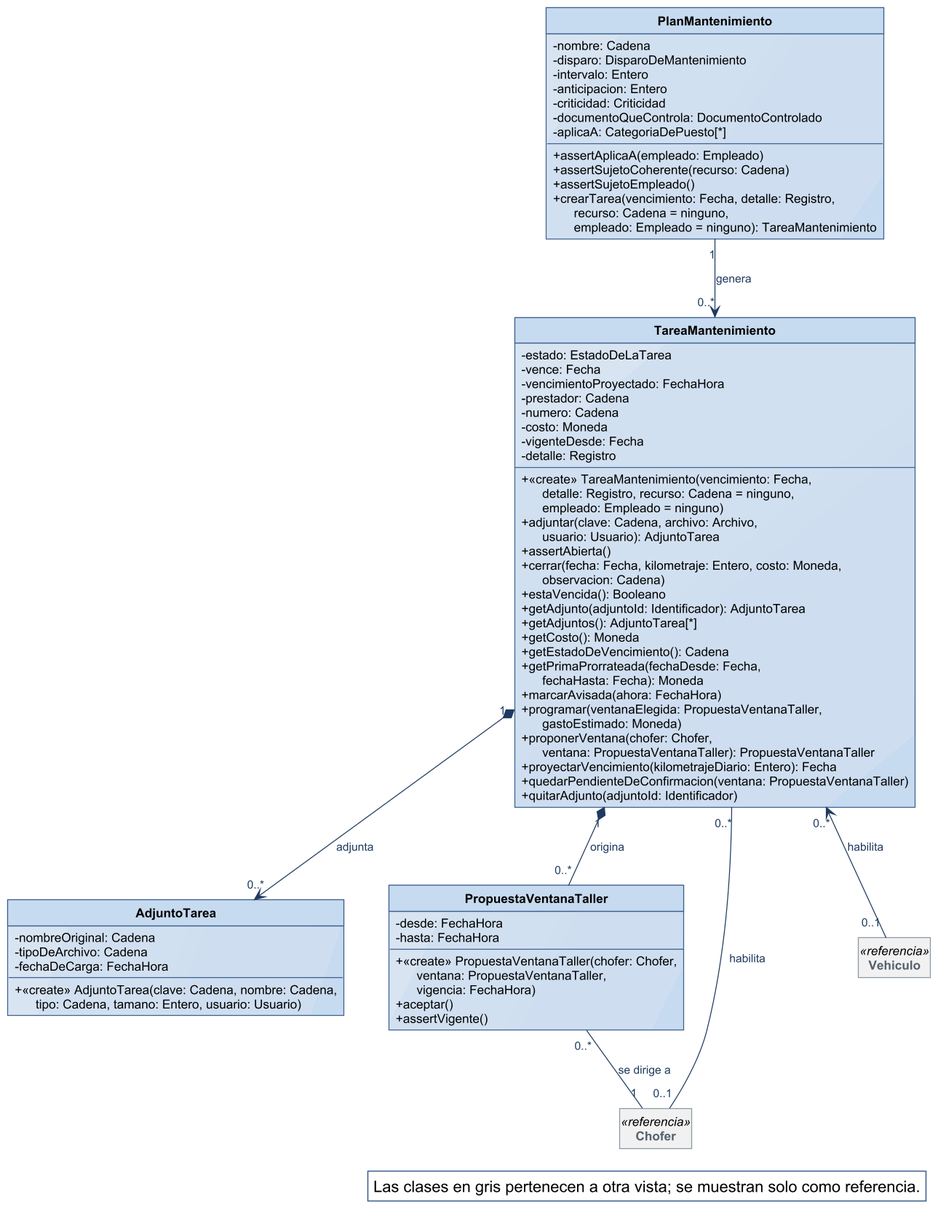
Before: diagramas/clases-diseno/DC_Mantenimiento.png, a diagram exported from PlantUML (Nahuelito-Dev/splg-docs).
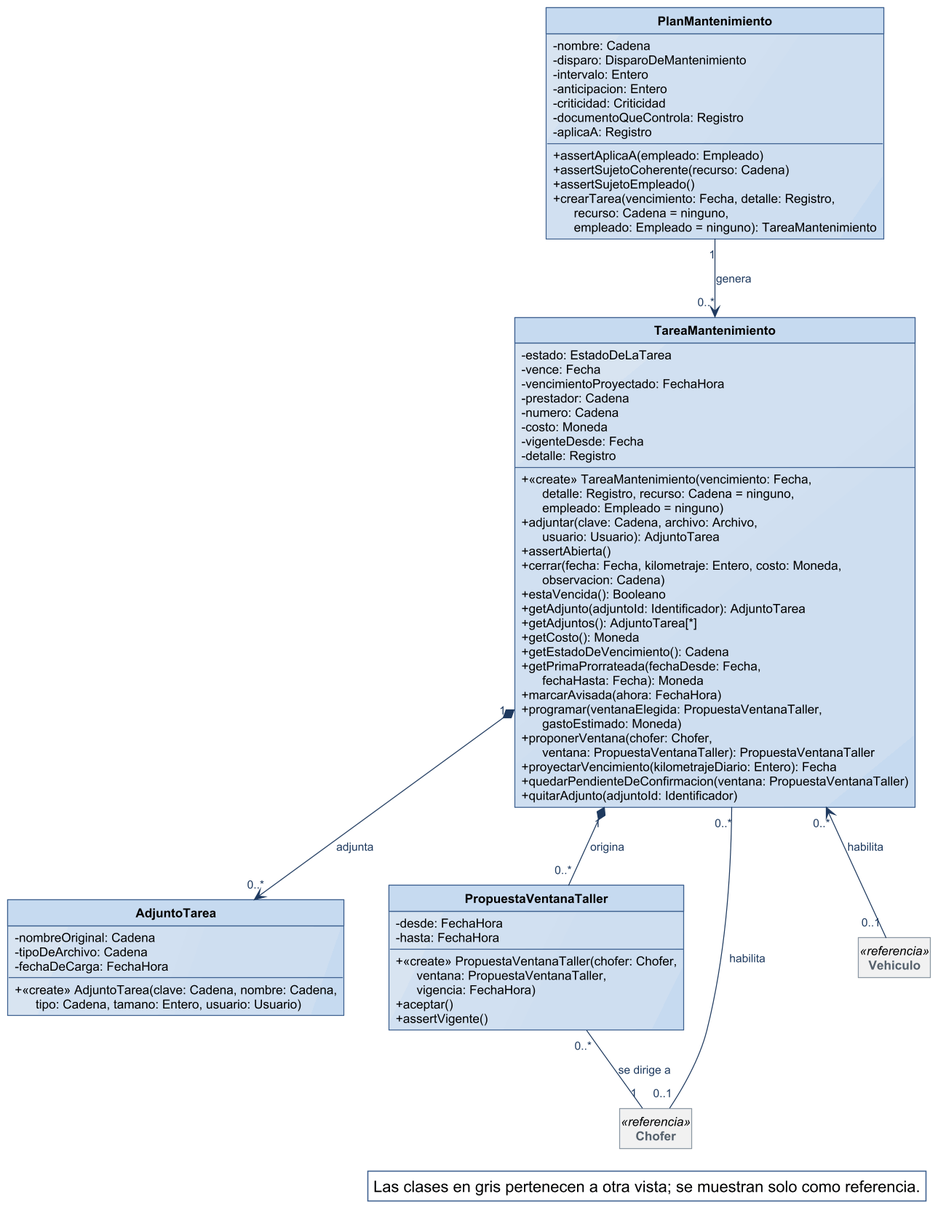
The same diagram one commit later.

The edit, as a diff of the source:
```diff
@@ -33,8 +33,8 @@
   - intervalo: Entero
   - anticipacion: Entero
   - criticidad: Criticidad
-  - documentoQueControla: DocumentoControlado
-  - aplicaA: CategoriaDePuesto[*]
+  - documentoQueControla: Registro
+  - aplicaA: Registro
   + assertAplicaA(empleado: Empleado)
   + assertSujetoCoherente(recurso: Cadena)
   + assertSujetoEmpleado()
```
